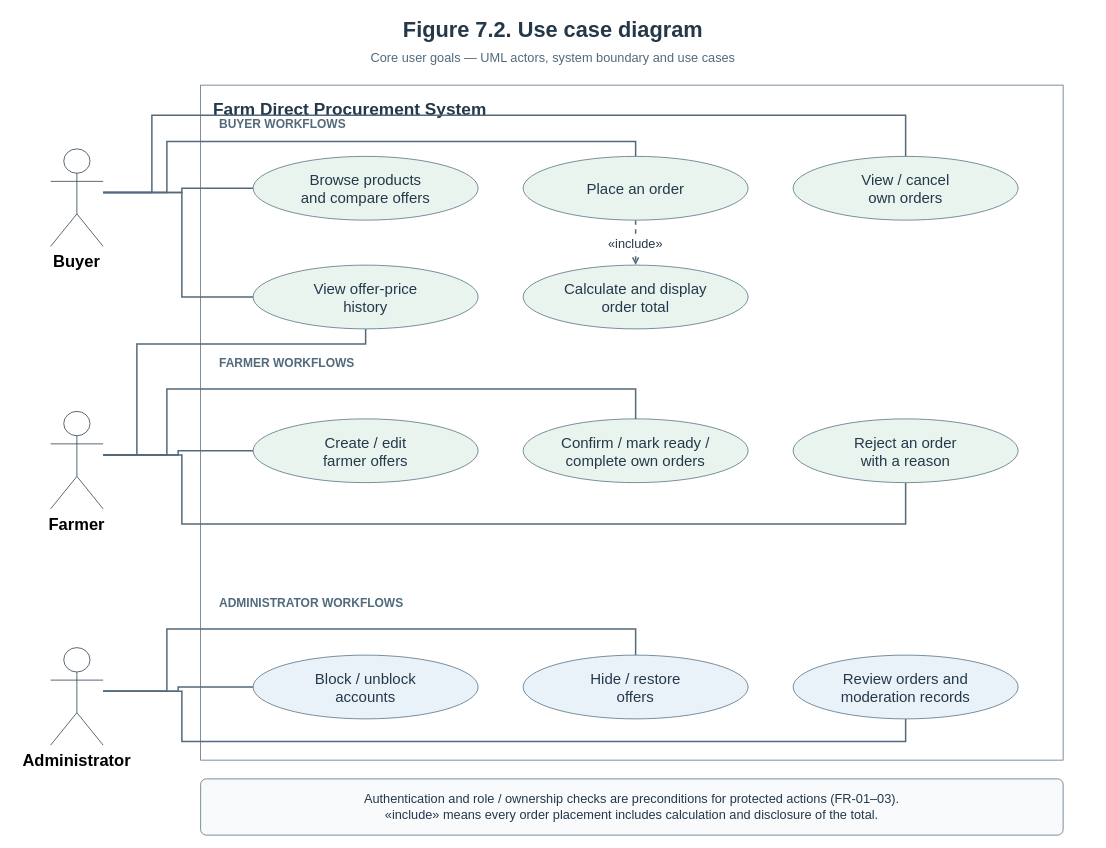
The draw.io diagram page "Figure 7.2. Use case diagram" (2 of 3) of diagrams/farm-direct-architecture.drawio in ayanat-amangeldi/farm-direct-procurement, before the edit. Source tidied: cells renumbered, new cells numbered last; positions are measured from the earlier drawing's top-left corner, leaving out a move shared by most shapes. Both pictures are drawn from the tidied source at 75%, with x=0, y=0 at pixel (13, 13).
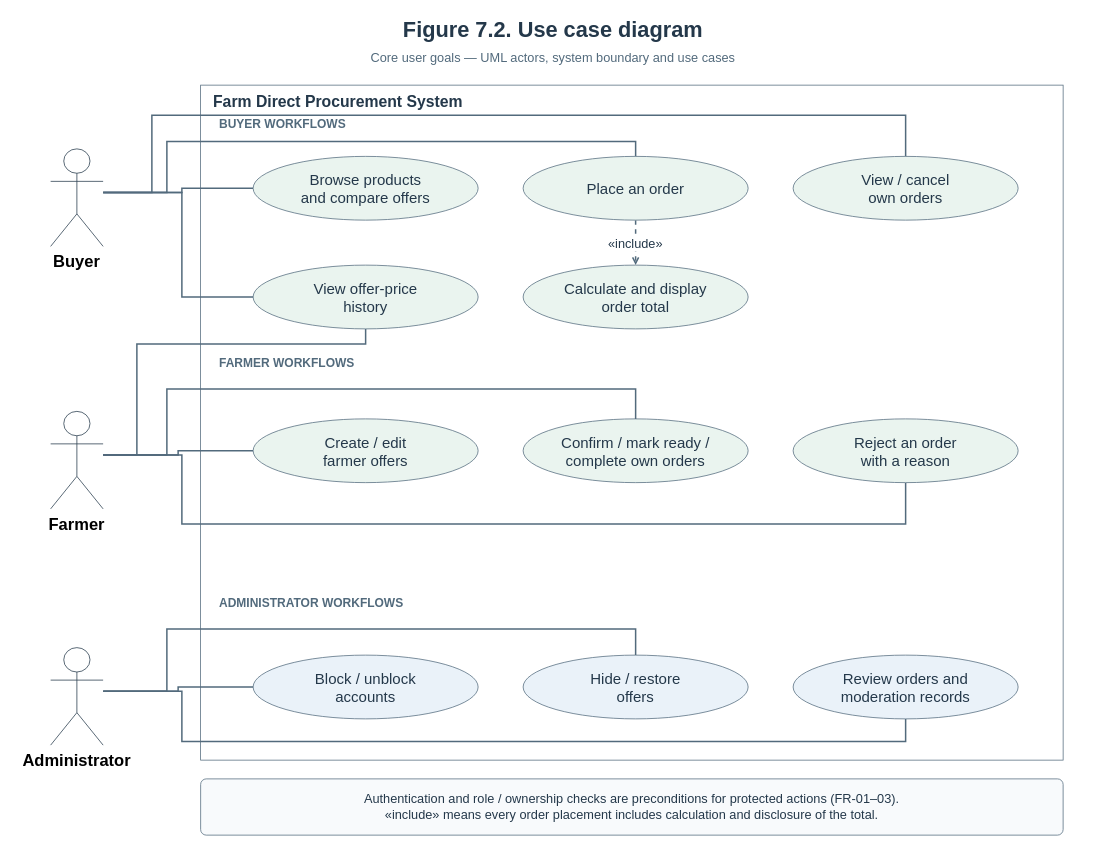
The same page after the edit.

Commit message (it also covers changes not shown here):
FARM-16: Regenerate all diagram exports from editable source

Diff of the diagram source:
```diff
@@
-    <mxCell id="2" value="Farm Direct Procurement System" style="rounded=0;whiteSpace=wrap;html=0;verticalAlign=top;align=left;spacingTop=12;spacingLeft=15;fillColor=white;strokeColor=#526A7C;fontColor=#24384A;fontSize=23;fontStyle=1;dashed=0;" parent="1" vertex="1">
+    <mxCell id="2" value="Farm Direct Procurement System" style="rounded=0;whiteSpace=wrap;html=0;verticalAlign=top;align=left;spacingTop=12;spacingLeft=15;fillColor=white;strokeColor=#526A7C;fontColor=#24384A;fontSize=23;fontStyle=1;dashed=0;spacingTop=2;fontSize=21;" parent="1" vertex="1">
       <mxGeometry x="250" y="96" width="1150" height="900" as="geometry" />
     </mxCell>
```
